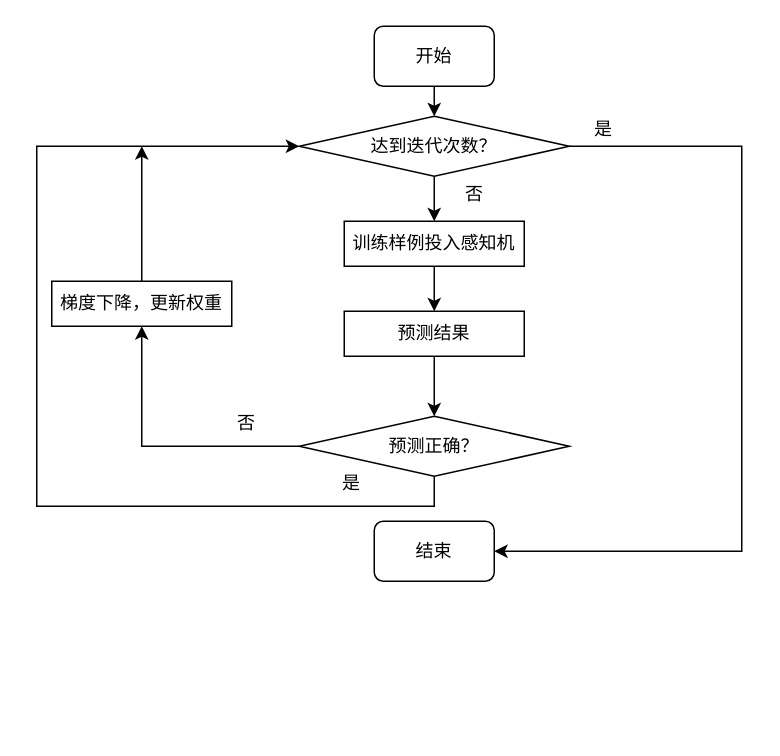
The draw.io diagram Untitled Diagram.drawio in hellowack/xv6, before the edit. Source tidied: cells renumbered, new cells numbered last; positions are measured from the earlier drawing's top-left corner, leaving out a move shared by most shapes. Both pictures are drawn from the tidied source at 150%, with x=0, y=0 at pixel (36, 26).
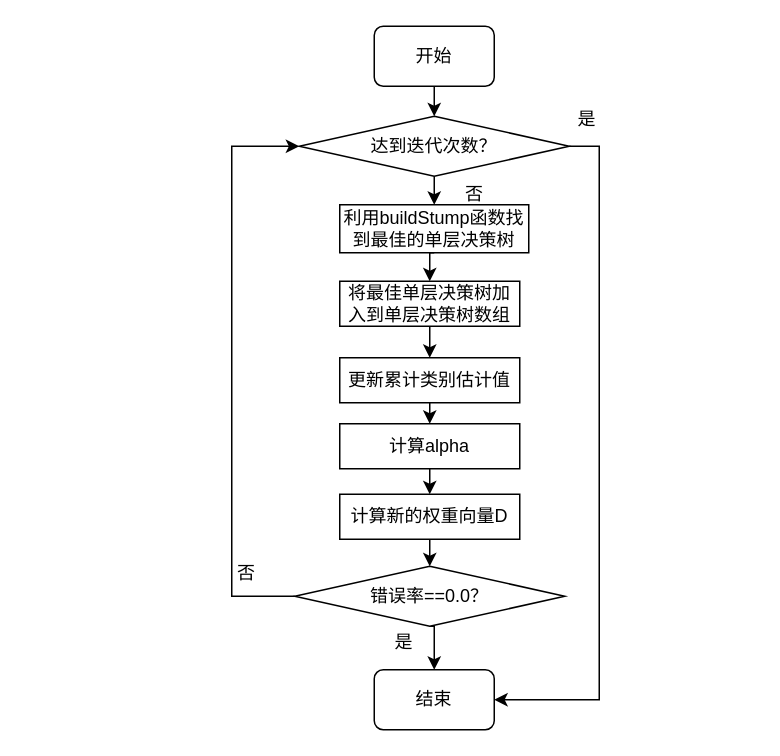
After the change.

Unchanged cells that the change refers to:
```xml
<mxCell id="8" value="达到迭代次数？" style="rhombus;whiteSpace=wrap;html=1;" parent="1" vertex="1">
  <mxGeometry x="175" y="60" width="180" height="40" as="geometry" />
</mxCell>
```

Change to the diagram source:
```diff
@@
-    <mxCell id="4" style="edgeStyle=orthogonalEdgeStyle;rounded=0;jettySize=auto;html=1;exitX=0.5;exitY=1;exitDx=0;exitDy=0;entryX=0.5;entryY=0;entryDx=0;entryDy=0;" parent="1" edge="1" source="5" target="11">
-      <mxGeometry relative="1" as="geometry" />
-    </mxCell>
+    <mxCell id="21" style="edgeStyle=orthogonalEdgeStyle;rounded=0;jettySize=auto;html=1;exitX=0.5;exitY=1;exitDx=0;exitDy=0;entryX=0.5;entryY=0;entryDx=0;entryDy=0;" parent="1" edge="1" source="5" target="28">
+      <mxGeometry relative="1" as="geometry" />
+    </mxCell>
-    <mxCell id="5" value="预测结果" style="rounded=0;whiteSpace=wrap;html=1;" parent="1" vertex="1">
-      <mxGeometry x="205" y="190" width="120" height="30" as="geometry" />
+    <mxCell id="5" value="将最佳单层决策树加入到单层决策树数组" style="rounded=0;whiteSpace=wrap;html=1;" parent="1" vertex="1">
+      <mxGeometry x="202" y="170" width="120" height="30" as="geometry" />
     </mxCell>
+    <mxCell id="7" style="edgeStyle=orthogonalEdgeStyle;rounded=0;jettySize=auto;html=1;exitX=0.5;exitY=1;exitDx=0;exitDy=0;entryX=0.5;entryY=0;entryDx=0;entryDy=0;" parent="1" edge="1" source="8" target="14">
+      <mxGeometry relative="1" as="geometry" />
+    </mxCell>
-    <mxCell id="6" style="edgeStyle=orthogonalEdgeStyle;rounded=0;jettySize=auto;html=1;" parent="1" edge="1" source="8" target="12">
-      <mxGeometry relative="1" as="geometry">
-        <Array as="points">
-          <mxPoint x="470" y="80" />
-          <mxPoint x="470" y="350" />
-        </Array>
-      </mxGeometry>
+    <mxCell id="6" style="edgeStyle=orthogonalEdgeStyle;rounded=0;jettySize=auto;html=1;exitX=1;exitY=0.5;exitDx=0;exitDy=0;entryX=1;entryY=0.5;entryDx=0;entryDy=0;" parent="1" edge="1" source="8" target="12">
+      <mxGeometry relative="1" as="geometry" />
     </mxCell>
-    <mxCell id="7" style="edgeStyle=orthogonalEdgeStyle;rounded=0;jettySize=auto;html=1;exitX=0.5;exitY=1;exitDx=0;exitDy=0;entryX=0.5;entryY=0;entryDx=0;entryDy=0;" parent="1" edge="1" source="8" target="14">
-      <mxGeometry relative="1" as="geometry" />
-    </mxCell>
@@
-    <mxCell id="9" style="edgeStyle=orthogonalEdgeStyle;rounded=0;jettySize=auto;html=1;exitX=0;exitY=0.5;exitDx=0;exitDy=0;" parent="1" edge="1" source="11" target="16">
-      <mxGeometry relative="1" as="geometry" />
-    </mxCell>
+    <mxCell id="22" style="edgeStyle=orthogonalEdgeStyle;rounded=0;jettySize=auto;html=1;exitX=0.5;exitY=1;exitDx=0;exitDy=0;entryX=0.5;entryY=0;entryDx=0;entryDy=0;" parent="1" edge="1" source="11" target="12">
+      <mxGeometry relative="1" as="geometry" />
+    </mxCell>
-    <mxCell id="10" style="edgeStyle=orthogonalEdgeStyle;rounded=0;jettySize=auto;html=1;entryX=0;entryY=0.5;entryDx=0;entryDy=0;exitX=0.5;exitY=1;exitDx=0;exitDy=0;" parent="1" edge="1" source="11" target="8">
+    <mxCell id="10" style="edgeStyle=orthogonalEdgeStyle;rounded=0;jettySize=auto;html=1;exitX=0;exitY=0.5;exitDx=0;exitDy=0;entryX=0;entryY=0.5;entryDx=0;entryDy=0;" parent="1" edge="1" source="11" target="8">
       <mxGeometry relative="1" as="geometry">
         <Array as="points">
-          <mxPoint x="265" y="320" />
-          <mxPoint y="320" />
-          <mxPoint y="80" />
+          <mxPoint x="130" y="380" />
+          <mxPoint x="130" y="80" />
         </Array>
       </mxGeometry>
     </mxCell>
-    <mxCell id="11" value="预测正确？" style="rhombus;whiteSpace=wrap;html=1;" parent="1" vertex="1">
-      <mxGeometry x="175" y="260" width="180" height="40" as="geometry" />
+    <mxCell id="11" value="错误率==0.0？" style="rhombus;whiteSpace=wrap;html=1;" parent="1" vertex="1">
+      <mxGeometry x="172" y="360" width="180" height="40" as="geometry" />
     </mxCell>
     <mxCell id="12" value="结束" style="rounded=1;whiteSpace=wrap;html=1;" parent="1" vertex="1">
-      <mxGeometry x="225" y="330" width="80" height="40" as="geometry" />
+      <mxGeometry x="225" y="429" width="80" height="40" as="geometry" />
     </mxCell>
@@
-    <mxCell id="14" value="训练样例投入感知机" style="rounded=0;whiteSpace=wrap;html=1;" parent="1" vertex="1">
-      <mxGeometry x="205" y="130" width="120" height="30" as="geometry" />
+    <mxCell id="14" value="利用buildStump函数找到最佳的单层决策树" style="rounded=0;whiteSpace=wrap;html=1;" parent="1" vertex="1">
+      <mxGeometry x="202" y="119" width="126" height="32" as="geometry" />
     </mxCell>
-    <mxCell id="15" style="edgeStyle=orthogonalEdgeStyle;rounded=0;jettySize=auto;html=1;" parent="1" edge="1" source="16">
-      <mxGeometry relative="1" as="geometry">
-        <mxPoint x="70" y="80" as="targetPoint" />
-      </mxGeometry>
-    </mxCell>
-    <mxCell id="16" value="梯度下降，更新权重" style="rounded=0;whiteSpace=wrap;html=1;" parent="1" vertex="1">
-      <mxGeometry x="10" y="170" width="120" height="30" as="geometry" />
-    </mxCell>
     <mxCell id="17" value="否" style="text;html=1;strokeColor=none;fillColor=none;align=center;verticalAlign=middle;whiteSpace=wrap;rounded=0;" parent="1" vertex="1">
-      <mxGeometry x="110" y="250" width="60" height="30" as="geometry" />
+      <mxGeometry x="110" y="350" width="60" height="30" as="geometry" />
     </mxCell>
     <mxCell id="18" value="是" style="text;html=1;strokeColor=none;fillColor=none;align=center;verticalAlign=middle;whiteSpace=wrap;rounded=0;" parent="1" vertex="1">
-      <mxGeometry x="180" y="290" width="60" height="30" as="geometry" />
+      <mxGeometry x="215" y="396" width="60" height="30" as="geometry" />
     </mxCell>
     <mxCell id="19" value="是" style="text;html=1;strokeColor=none;fillColor=none;align=center;verticalAlign=middle;whiteSpace=wrap;rounded=0;" parent="1" vertex="1">
-      <mxGeometry x="348" y="54" width="60" height="30" as="geometry" />
+      <mxGeometry x="337" y="47" width="60" height="30" as="geometry" />
     </mxCell>
@@
+    <mxCell id="23" style="edgeStyle=orthogonalEdgeStyle;rounded=0;jettySize=auto;html=1;exitX=0.5;exitY=1;exitDx=0;exitDy=0;entryX=0.5;entryY=0;entryDx=0;entryDy=0;" parent="1" edge="1" source="24" target="26">
+      <mxGeometry relative="1" as="geometry" />
+    </mxCell>
+    <mxCell id="24" value="计算alpha" style="rounded=0;whiteSpace=wrap;html=1;" parent="1" vertex="1">
+      <mxGeometry x="202" y="265" width="120" height="30" as="geometry" />
+    </mxCell>
+    <mxCell id="25" style="edgeStyle=orthogonalEdgeStyle;rounded=0;jettySize=auto;html=1;exitX=0.5;exitY=1;exitDx=0;exitDy=0;entryX=0.5;entryY=0;entryDx=0;entryDy=0;" parent="1" edge="1" source="26" target="11">
+      <mxGeometry relative="1" as="geometry" />
+    </mxCell>
+    <mxCell id="26" value="计算新的权重向量D" style="rounded=0;whiteSpace=wrap;html=1;" parent="1" vertex="1">
+      <mxGeometry x="202" y="312" width="120" height="30" as="geometry" />
+    </mxCell>
+    <mxCell id="27" style="edgeStyle=orthogonalEdgeStyle;rounded=0;jettySize=auto;html=1;exitX=0.5;exitY=1;exitDx=0;exitDy=0;entryX=0.5;entryY=0;entryDx=0;entryDy=0;" parent="1" edge="1" source="28" target="24">
+      <mxGeometry relative="1" as="geometry" />
+    </mxCell>
+    <mxCell id="28" value="更新累计类别估计值" style="rounded=0;whiteSpace=wrap;html=1;" parent="1" vertex="1">
+      <mxGeometry x="202" y="221" width="120" height="30" as="geometry" />
+    </mxCell>
```
